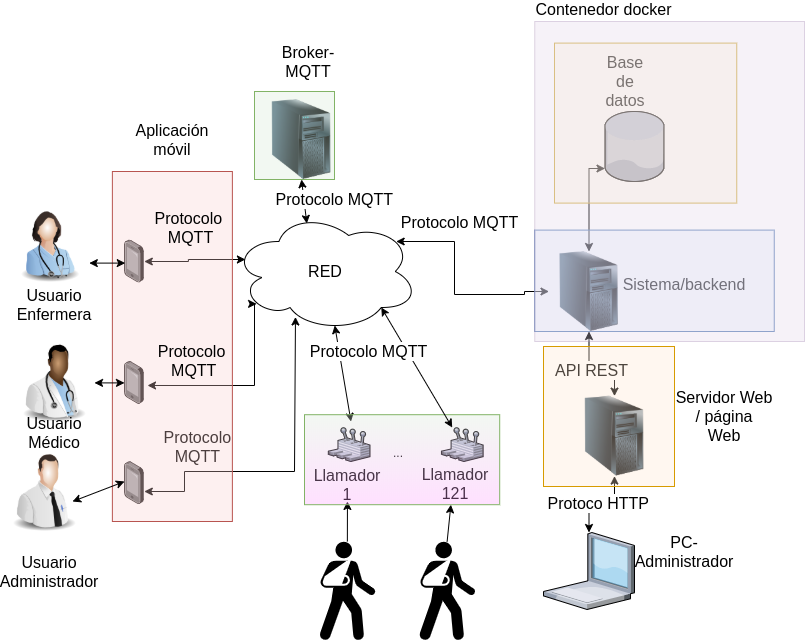
The draw.io diagram Figures/DiagramaSistemaOrganizado.png in gustavobastian/MemoriaTP, before a commit. Source tidied: cells renumbered, new cells last; positions are measured from the earlier drawing's top-left corner, leaving out a move shared by most shapes.
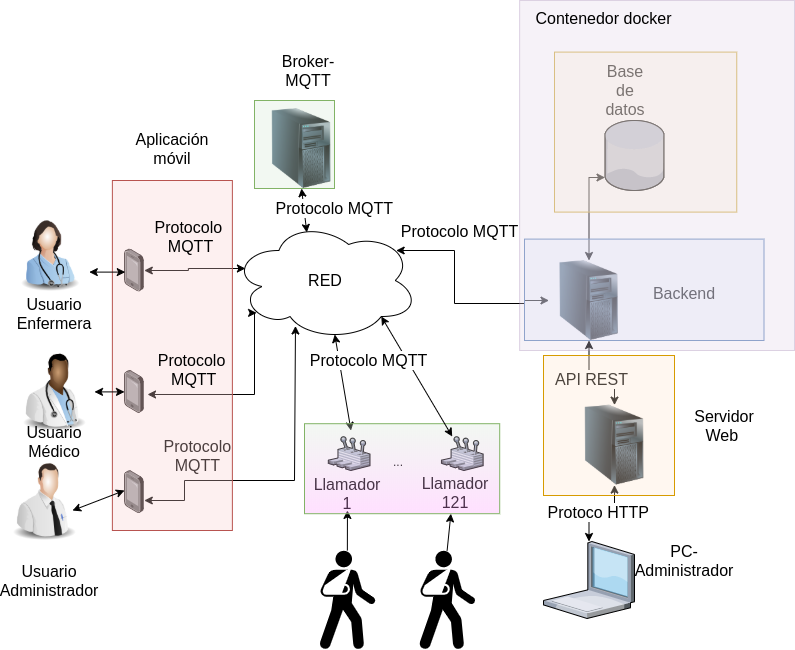
The same file after the commit.

What changed in the source:
```diff
@@ -28,7 +28,7 @@
     <mxCell id="8" value="&lt;font style=&quot;font-size: 16px&quot;&gt;Base de datos&lt;/font&gt;" style="text;html=1;strokeColor=none;fillColor=none;align=center;verticalAlign=middle;whiteSpace=wrap;rounded=0;" parent="1" vertex="1">
       <mxGeometry x="600.5" y="49.6" width="40" height="20" as="geometry" />
     </mxCell>
-    <mxCell id="9" value="&lt;font style=&quot;font-size: 16px&quot;&gt;Servidor Web / página&lt;br&gt;Web&lt;br&gt;&lt;/font&gt;" style="text;html=1;strokeColor=none;fillColor=none;align=center;verticalAlign=middle;whiteSpace=wrap;rounded=0;" parent="1" vertex="1">
+    <mxCell id="9" value="&lt;font style=&quot;font-size: 16px&quot;&gt;Servidor Web&amp;nbsp;&lt;br&gt;&lt;/font&gt;" style="text;html=1;strokeColor=none;fillColor=none;align=center;verticalAlign=middle;whiteSpace=wrap;rounded=0;" parent="1" vertex="1">
       <mxGeometry x="670" y="370" width="100" height="50" as="geometry" />
     </mxCell>
     <mxCell id="10" value="&lt;font style=&quot;font-size: 16px&quot;&gt;PC-Administrador&lt;/font&gt;" style="text;html=1;strokeColor=none;fillColor=none;align=center;verticalAlign=middle;whiteSpace=wrap;rounded=0;" parent="1" vertex="1">
@@ -60,7 +60,7 @@
         </Array>
       </mxGeometry>
     </mxCell>
-    <mxCell id="16" value="&lt;font style=&quot;font-size: 16px&quot;&gt;Sistema/backend&lt;/font&gt;" style="text;html=1;strokeColor=none;fillColor=none;align=center;verticalAlign=middle;whiteSpace=wrap;rounded=0;" parent="1" vertex="1">
+    <mxCell id="16" value="&lt;font style=&quot;font-size: 16px&quot;&gt;Backend&lt;/font&gt;" style="text;html=1;strokeColor=none;fillColor=none;align=center;verticalAlign=middle;whiteSpace=wrap;rounded=0;" parent="1" vertex="1">
       <mxGeometry x="660" y="253" width="40" height="20" as="geometry" />
     </mxCell>
     <mxCell id="17" style="edgeStyle=orthogonalEdgeStyle;rounded=0;jettySize=auto;html=1;startArrow=classic;startFill=1;entryX=0.339;entryY=0.879;entryDx=0;entryDy=0;entryPerimeter=0;" parent="1" edge="1" source="29" target="2">
@@ -122,7 +122,7 @@
       <mxGeometry x="550" y="21.6" width="182.2" height="160" as="geometry" />
     </mxCell>
     <mxCell id="32" style="rounded=0;whiteSpace=wrap;html=1;fillOpacity=30;fillColor=#dae8fc;strokeColor=#6c8ebf;" parent="1" vertex="1">
-      <mxGeometry x="530.2" y="208.6" width="239.5" height="101.4" as="geometry" />
+      <mxGeometry x="520" y="208.6" width="239.5" height="101.4" as="geometry" />
     </mxCell>
     <mxCell id="33" style="rounded=0;whiteSpace=wrap;html=1;fillOpacity=30;fillColor=#ffe6cc;strokeColor=#d79b00;" parent="1" vertex="1">
       <mxGeometry x="539" y="325" width="131" height="140" as="geometry" />
@@ -209,7 +209,7 @@
       </mxGeometry>
     </mxCell>
     <mxCell id="57" style="rounded=0;whiteSpace=wrap;html=1;fillColor=#e1d5e7;strokeColor=#9673a6;opacity=30;" parent="1" vertex="1">
-      <mxGeometry x="530.2" width="269.8" height="320" as="geometry" />
+      <mxGeometry x="515.1" y="-30" width="274.9" height="350" as="geometry" />
     </mxCell>
     <mxCell id="58" value="&lt;font style=&quot;font-size: 16px&quot;&gt;Contenedor docker&lt;br&gt;&lt;/font&gt;" style="edgeLabel;html=1;align=center;verticalAlign=middle;labelBackgroundColor=none;" parent="1" vertex="1">
       <mxGeometry x="610" as="geometry">
```
